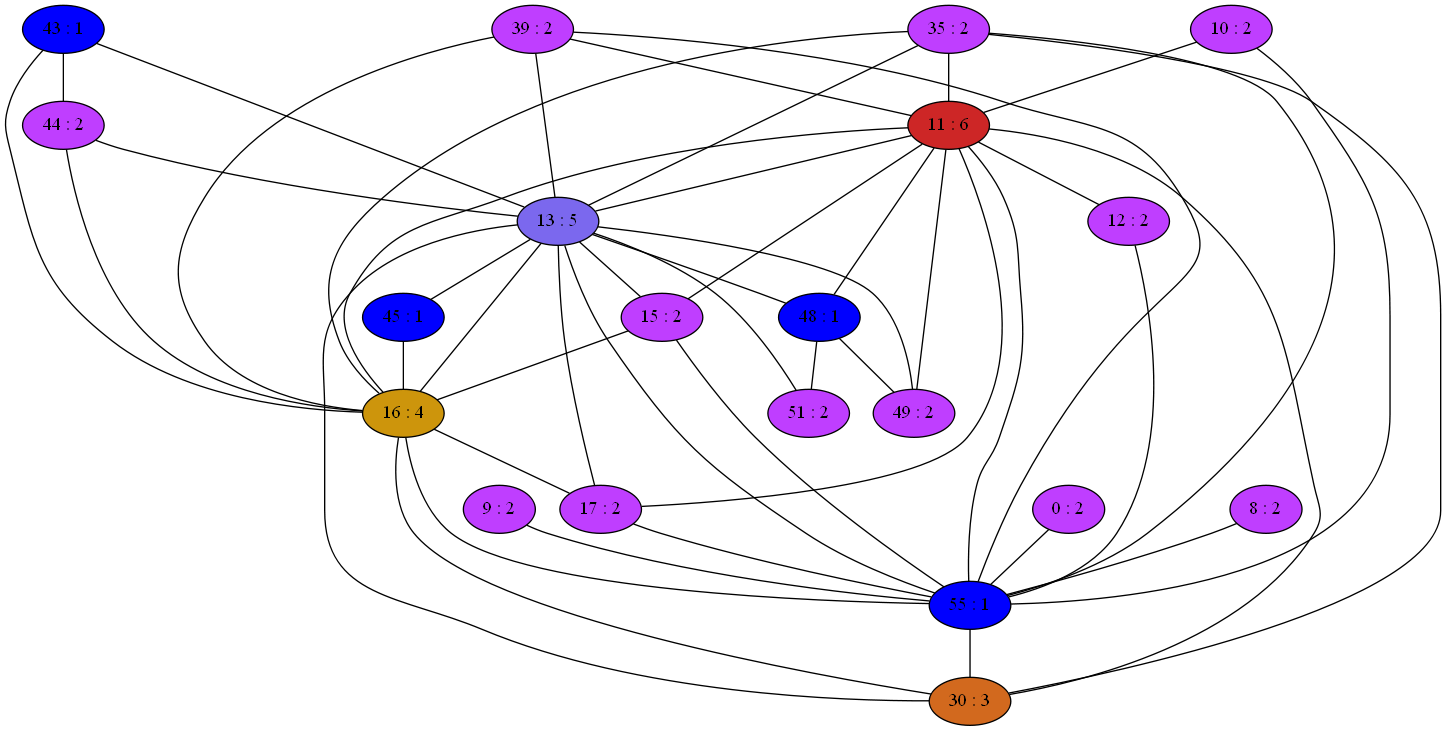
This is Compiler/27iGraph.png from mbajaj92/Project-Astoria, a Graphviz export, as it was before one commit. Its source is kept beside it as Compiler/27iGraph.dot. Source of this version:
```dot
strict graph {
0[label="0 : 2" style=filled fillcolor="darkorchid1"];
0 -- 55
35[label="35 : 2" style=filled fillcolor="darkorchid1"];
35 -- 16
35 -- 55
35 -- 11
35 -- 13
35 -- 30
39[label="39 : 2" style=filled fillcolor="darkorchid1"];
39 -- 16
39 -- 55
39 -- 11
39 -- 13
8[label="8 : 2" style=filled fillcolor="darkorchid1"];
8 -- 55
9[label="9 : 2" style=filled fillcolor="darkorchid1"];
9 -- 55
10[label="10 : 2" style=filled fillcolor="darkorchid1"];
10 -- 55
10 -- 11
11[label="11 : 6" style=filled fillcolor="firebrick3"];
11 -- 48
11 -- 16
11 -- 49
11 -- 17
11 -- 35
11 -- 39
11 -- 55
11 -- 10
11 -- 12
11 -- 13
11 -- 30
11 -- 15
43[label="43 : 1" style=filled fillcolor="blue1"];
43 -- 16
43 -- 44
43 -- 13
44[label="44 : 2" style=filled fillcolor="darkorchid1"];
44 -- 16
44 -- 43
44 -- 13
12[label="12 : 2" style=filled fillcolor="darkorchid1"];
12 -- 55
12 -- 11
13[label="13 : 5" style=filled fillcolor="mediumslateblue"];
13 -- 35
13 -- 39
13 -- 43
13 -- 11
13 -- 44
13 -- 45
13 -- 15
13 -- 48
13 -- 16
13 -- 49
13 -- 17
13 -- 51
13 -- 55
13 -- 30
45[label="45 : 1" style=filled fillcolor="blue1"];
45 -- 16
45 -- 13
15[label="15 : 2" style=filled fillcolor="darkorchid1"];
15 -- 16
15 -- 55
15 -- 11
15 -- 13
16[label="16 : 4" style=filled fillcolor="darkgoldenrod3"];
16 -- 17
16 -- 35
16 -- 39
16 -- 55
16 -- 43
16 -- 11
16 -- 44
16 -- 45
16 -- 13
16 -- 30
16 -- 15
48[label="48 : 1" style=filled fillcolor="blue1"];
48 -- 49
48 -- 51
48 -- 11
48 -- 13
17[label="17 : 2" style=filled fillcolor="darkorchid1"];
17 -- 16
17 -- 55
17 -- 11
17 -- 13
49[label="49 : 2" style=filled fillcolor="darkorchid1"];
49 -- 48
49 -- 11
49 -- 13
51[label="51 : 2" style=filled fillcolor="darkorchid1"];
51 -- 48
51 -- 13
55[label="55 : 1" style=filled fillcolor="blue1"];
55 -- 0
55 -- 35
55 -- 39
55 -- 8
55 -- 9
55 -- 10
55 -- 11
55 -- 12
55 -- 13
55 -- 15
55 -- 16
55 -- 17
55 -- 30
30[label="30 : 3" style=filled fillcolor="chocolate"];
30 -- 16
30 -- 35
30 -- 55
30 -- 11
30 -- 13
}
```
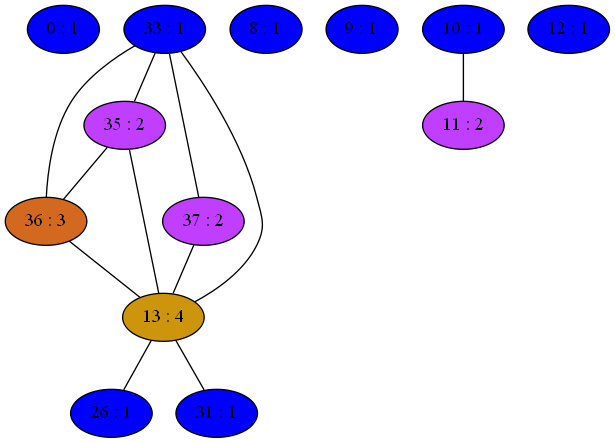
The same diagram one commit later.

Diff of the diagram source:
```diff
@@ -1,118 +1,37 @@
 strict graph {
-0[label="0 : 2" style=filled fillcolor="darkorchid1"];
-0 -- 55
+0[label="0 : 1" style=filled fillcolor="blue1"];
+33[label="33 : 1" style=filled fillcolor="blue1"];
+33 -- 35
+33 -- 36
+33 -- 37
+33 -- 13
 35[label="35 : 2" style=filled fillcolor="darkorchid1"];
-35 -- 16
-35 -- 55
-35 -- 11
+35 -- 33
+35 -- 36
 35 -- 13
-35 -- 30
-39[label="39 : 2" style=filled fillcolor="darkorchid1"];
-39 -- 16
-39 -- 55
-39 -- 11
-39 -- 13
-8[label="8 : 2" style=filled fillcolor="darkorchid1"];
-8 -- 55
-9[label="9 : 2" style=filled fillcolor="darkorchid1"];
-9 -- 55
-10[label="10 : 2" style=filled fillcolor="darkorchid1"];
-10 -- 55
+36[label="36 : 3" style=filled fillcolor="chocolate"];
+36 -- 33
+36 -- 35
+36 -- 13
+37[label="37 : 2" style=filled fillcolor="darkorchid1"];
+37 -- 33
+37 -- 13
+8[label="8 : 1" style=filled fillcolor="blue1"];
+9[label="9 : 1" style=filled fillcolor="blue1"];
+10[label="10 : 1" style=filled fillcolor="blue1"];
 10 -- 11
-11[label="11 : 6" style=filled fillcolor="firebrick3"];
-11 -- 48
-11 -- 16
-11 -- 49
-11 -- 17
-11 -- 35
-11 -- 39
-11 -- 55
+11[label="11 : 2" style=filled fillcolor="darkorchid1"];
 11 -- 10
-11 -- 12
-11 -- 13
-11 -- 30
-11 -- 15
-43[label="43 : 1" style=filled fillcolor="blue1"];
-43 -- 16
-43 -- 44
-43 -- 13
-44[label="44 : 2" style=filled fillcolor="darkorchid1"];
-44 -- 16
-44 -- 43
-44 -- 13
-12[label="12 : 2" style=filled fillcolor="darkorchid1"];
-12 -- 55
-12 -- 11
-13[label="13 : 5" style=filled fillcolor="mediumslateblue"];
+12[label="12 : 1" style=filled fillcolor="blue1"];
+13[label="13 : 4" style=filled fillcolor="darkgoldenrod3"];
+13 -- 33
 13 -- 35
-13 -- 39
-13 -- 43
-13 -- 11
-13 -- 44
-13 -- 45
-13 -- 15
-13 -- 48
-13 -- 16
-13 -- 49
-13 -- 17
-13 -- 51
-13 -- 55
-13 -- 30
-45[label="45 : 1" style=filled fillcolor="blue1"];
-45 -- 16
-45 -- 13
-15[label="15 : 2" style=filled fillcolor="darkorchid1"];
-15 -- 16
-15 -- 55
-15 -- 11
-15 -- 13
-16[label="16 : 4" style=filled fillcolor="darkgoldenrod3"];
-16 -- 17
-16 -- 35
-16 -- 39
-16 -- 55
-16 -- 43
-16 -- 11
-16 -- 44
-16 -- 45
-16 -- 13
-16 -- 30
-16 -- 15
-48[label="48 : 1" style=filled fillcolor="blue1"];
-48 -- 49
-48 -- 51
-48 -- 11
-48 -- 13
-17[label="17 : 2" style=filled fillcolor="darkorchid1"];
-17 -- 16
-17 -- 55
-17 -- 11
-17 -- 13
-49[label="49 : 2" style=filled fillcolor="darkorchid1"];
-49 -- 48
-49 -- 11
-49 -- 13
-51[label="51 : 2" style=filled fillcolor="darkorchid1"];
-51 -- 48
-51 -- 13
-55[label="55 : 1" style=filled fillcolor="blue1"];
-55 -- 0
-55 -- 35
-55 -- 39
-55 -- 8
-55 -- 9
-55 -- 10
-55 -- 11
-55 -- 12
-55 -- 13
-55 -- 15
-55 -- 16
-55 -- 17
-55 -- 30
-30[label="30 : 3" style=filled fillcolor="chocolate"];
-30 -- 16
-30 -- 35
-30 -- 55
-30 -- 11
-30 -- 13
+13 -- 36
+13 -- 37
+13 -- 26
+13 -- 31
+26[label="26 : 1" style=filled fillcolor="blue1"];
+26 -- 13
+31[label="31 : 1" style=filled fillcolor="blue1"];
+31 -- 13
 }
```
